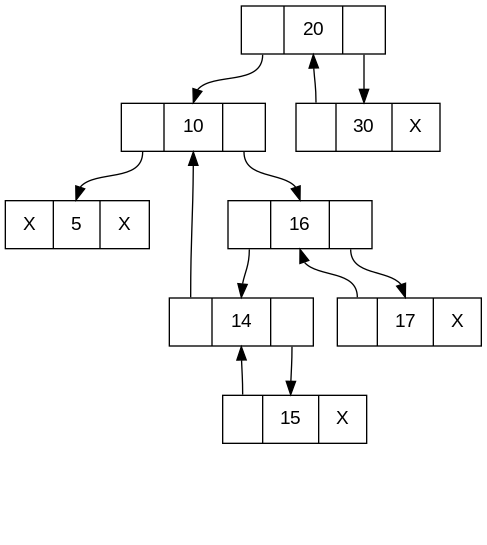
Before: diagram.png, a diagram exported from Graphviz (radwanCS/Data-Structure-Visualization-with-Graphviz). Its source is kept beside it as diagram.dot.
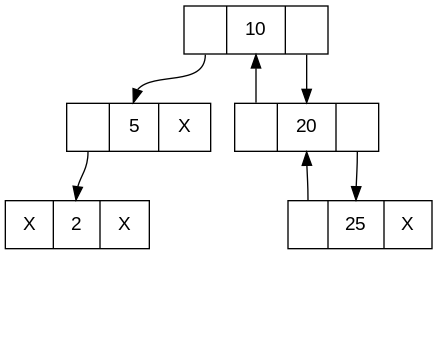
After the commit.

Commit message:
added search operation in left threaded tree and fixed the search operation for the right threaded tree

Change to the diagram source:
```diff
@@ -1,40 +1,23 @@
 digraph LTBT{
 	node [fontname="Arial", shape=record, height=0.5, width=1.5];
+	10 [label="<left> |<data> 10 |<right> "];
+	5 [label="<left> |<data> 5 |<right> X"];
 	20 [label="<left> |<data> 20 |<right> "];
+	2 [label="<left> X|<data> 2 |<right> X"];
 	10 [label="<left> |<data> 10 |<right> "];
-	30 [label="<left> |<data> 30 |<right> X"];
-	5 [label="<left> X|<data> 5 |<right> X"];
-	16 [label="<left> |<data> 16 |<right> "];
-	20 [label="<left> |<data> 20 |<right> "];
-	14 [label="<left> |<data> 14 |<right> "];
-	17 [label="<left> |<data> 17 |<right> X"];
-	10 [label="<left> |<data> 10 |<right> "];
-	30 [label="<left> |<data> 30 |<right> X"];
-	10 [label="<left> |<data> 10 |<right> "];
-	15 [label="<left> |<data> 15 |<right> X"];
-	16 [label="<left> |<data> 16 |<right> "];
-	5 [label="<left> X|<data> 5 |<right> X"];
-	16 [label="<left> |<data> 16 |<right> "];
-	20 [label="<left> |<data> 20 |<right> "];
+	25 [label="<left> |<data> 25 |<right> X"];
+	10:left -> 5:data;
+	10:right -> 20:data;
+	5:left -> 2:data;
+	NULL1 [shape=point style=invis];
+	5:right -> NULL1 [style=invis];
+	NULL2 [shape=point style=invis];
+	2:left -> NULL2 [style=invis];
+	NULL3 [shape=point style=invis];
+	2:right -> NULL3 [style=invis];
 	20:left -> 10:data;
-	20:right -> 30:data;
-	10:left -> 5:data;
-	10:right -> 16:data;
-	NULL1 [shape=point style=invis];
-	5:left -> NULL1 [style=invis];
-	NULL2 [shape=point style=invis];
-	5:right -> NULL2 [style=invis];
-	16:left -> 14:data;
-	16:right -> 17:data;
-	14:left -> 10:data;
-	14:right -> 15:data;
-	15:left -> 14:data;
-	NULL3 [shape=point style=invis];
-	15:right -> NULL3 [style=invis];
-	17:left -> 16:data;
+	20:right -> 25:data;
+	25:left -> 20:data;
 	NULL4 [shape=point style=invis];
-	17:right -> NULL4 [style=invis];
-	30:left -> 20:data;
-	NULL5 [shape=point style=invis];
-	30:right -> NULL5 [style=invis];
+	25:right -> NULL4 [style=invis];
 }
```
